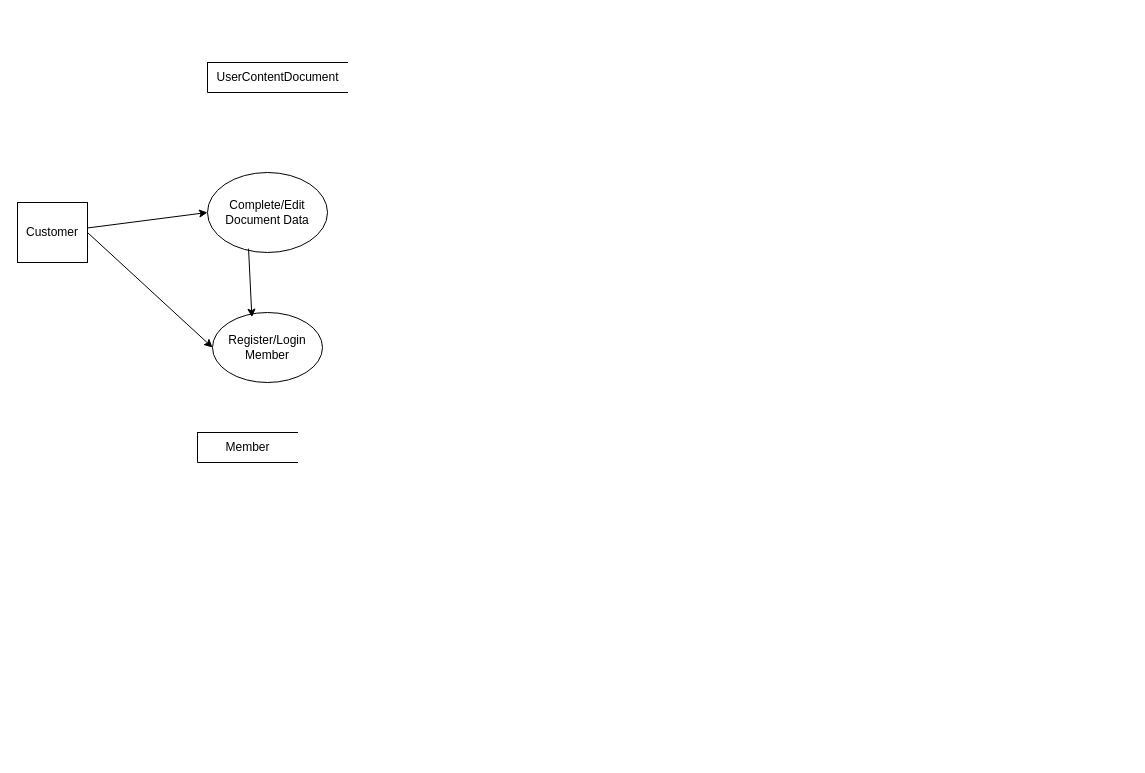
The draw.io diagram Untitled Diagram.drawio in pwintphyu/Drawings, before the edit. Source tidied: cells renumbered, new cells numbered last; positions are measured from the earlier drawing's top-left corner, leaving out a move shared by most shapes. Both pictures are drawn from the tidied source at 100%, with x=0, y=0 at pixel (17, 62).
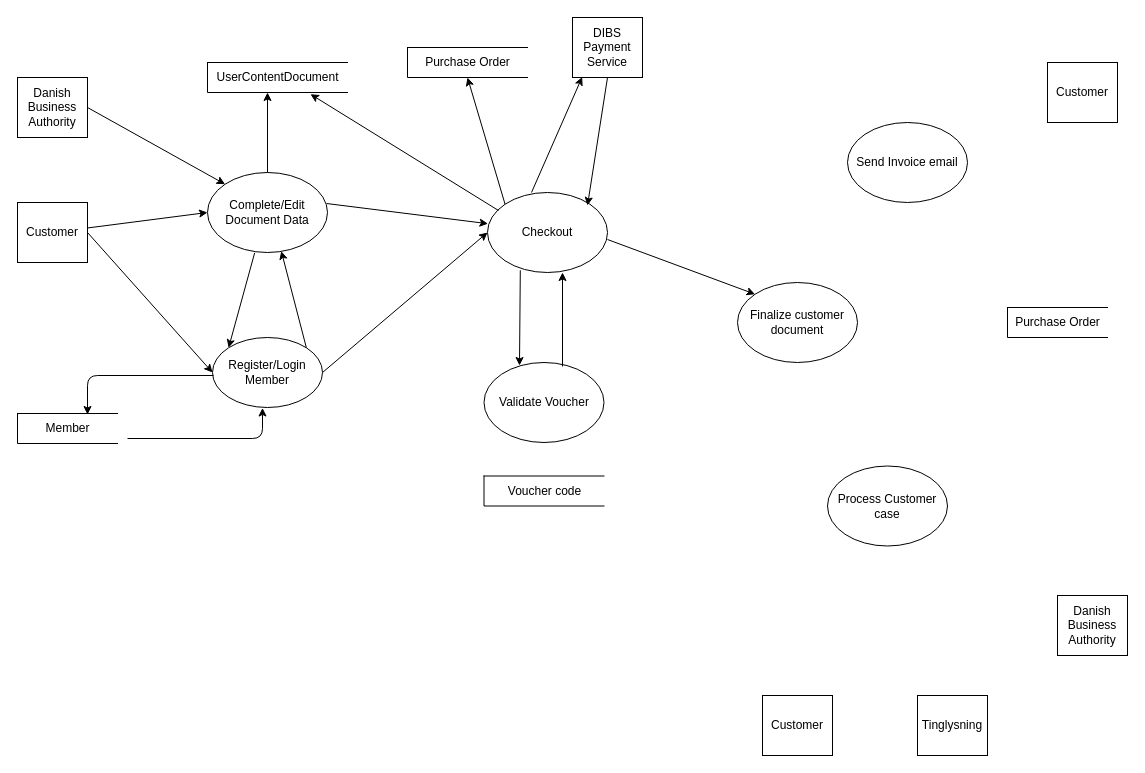
The same diagram, later.

The change refers to these unchanged cells:
```xml
<mxCell id="2" value="Complete/Edit Document Data&lt;br&gt;" style="ellipse;whiteSpace=wrap;html=1;" parent="1" vertex="1">
  <mxGeometry x="190" y="110" width="120" height="80" as="geometry" />
</mxCell>
```

Diff of the diagram source:
```diff
@@
     <mxCell id="4" value="Register/Login Member&lt;br&gt;" style="ellipse;whiteSpace=wrap;html=1;" parent="1" vertex="1">
-      <mxGeometry x="195" y="250" width="110" height="70" as="geometry" />
+      <mxGeometry x="195" y="275" width="110" height="70" as="geometry" />
     </mxCell>
     <mxCell id="5" value="Member" style="html=1;dashed=0;whitespace=wrap;shape=partialRectangle;right=0;fillColor=none;" parent="1" vertex="1">
-      <mxGeometry x="180" y="370" width="100" height="30" as="geometry" />
+      <mxGeometry y="351" width="100" height="30" as="geometry" />
     </mxCell>
@@
-    <mxCell id="9" style="endArrow=classic;html=1;entryX=0.358;entryY=0.067;entryDx=0;entryDy=0;entryPerimeter=0;exitX=0.342;exitY=0.952;exitDx=0;exitDy=0;exitPerimeter=0;" parent="1" edge="1" source="2" target="4">
+    <mxCell id="9" style="endArrow=classic;html=1;entryX=0;entryY=0;entryDx=0;entryDy=0;exitX=0.393;exitY=1.004;exitDx=0;exitDy=0;exitPerimeter=0;" parent="1" edge="1" source="2" target="4">
       <mxGeometry relative="1" as="geometry" />
     </mxCell>
+    <mxCell id="10" value="Checkout&lt;br&gt;" style="ellipse;whiteSpace=wrap;html=1;" parent="1" vertex="1">
+      <mxGeometry x="470" y="130" width="120" height="80" as="geometry" />
+    </mxCell>
+    <mxCell id="11" value="Finalize customer document&lt;br&gt;" style="ellipse;whiteSpace=wrap;html=1;" parent="1" vertex="1">
+      <mxGeometry x="720" y="220" width="120" height="80" as="geometry" />
+    </mxCell>
+    <mxCell id="12" value="Validate Voucher&lt;br&gt;" style="ellipse;whiteSpace=wrap;html=1;" parent="1" vertex="1">
+      <mxGeometry x="466.5" y="300" width="120" height="80" as="geometry" />
+    </mxCell>
+    <mxCell id="13" value="Process Customer case&lt;br&gt;" style="ellipse;whiteSpace=wrap;html=1;" parent="1" vertex="1">
+      <mxGeometry x="810" y="403.5" width="120" height="80" as="geometry" />
+    </mxCell>
+    <mxCell id="14" value="Purchase Order" style="html=1;dashed=0;whitespace=wrap;shape=partialRectangle;right=0;fillColor=none;" parent="1" vertex="1">
+      <mxGeometry x="990" y="245" width="100" height="30" as="geometry" />
+    </mxCell>
+    <mxCell id="15" value="Send Invoice email" style="ellipse;whiteSpace=wrap;html=1;" parent="1" vertex="1">
+      <mxGeometry x="830" y="60" width="120" height="80" as="geometry" />
+    </mxCell>
+    <mxCell id="16" value="Customer" style="rounded=0;whiteSpace=wrap;html=1;" parent="1" vertex="1">
+      <mxGeometry x="1030" width="70" height="60" as="geometry" />
+    </mxCell>
+    <mxCell id="17" value="Danish Business Authority" style="rounded=0;whiteSpace=wrap;html=1;" parent="1" vertex="1">
+      <mxGeometry y="15" width="70" height="60" as="geometry" />
+    </mxCell>
+    <mxCell id="18" value="Danish Business Authority" style="rounded=0;whiteSpace=wrap;html=1;" parent="1" vertex="1">
+      <mxGeometry x="1040" y="533" width="70" height="60" as="geometry" />
+    </mxCell>
+    <mxCell id="19" value="Customer" style="rounded=0;whiteSpace=wrap;html=1;" parent="1" vertex="1">
+      <mxGeometry x="745" y="633" width="70" height="60" as="geometry" />
+    </mxCell>
+    <mxCell id="20" value="Tinglysning" style="rounded=0;whiteSpace=wrap;html=1;" parent="1" vertex="1">
+      <mxGeometry x="900" y="633" width="70" height="60" as="geometry" />
+    </mxCell>
+    <mxCell id="21" style="endArrow=classic;html=1;exitX=1;exitY=0.5;exitDx=0;exitDy=0;entryX=0;entryY=0;entryDx=0;entryDy=0;" parent="1" edge="1" source="17" target="2">
+      <mxGeometry relative="1" as="geometry" />
+    </mxCell>
+    <mxCell id="22" style="endArrow=classic;html=1;exitX=0.5;exitY=0;exitDx=0;exitDy=0;" parent="1" edge="1" source="2">
+      <mxGeometry relative="1" as="geometry">
+        <mxPoint x="250" y="30" as="targetPoint" />
+      </mxGeometry>
+    </mxCell>
+    <mxCell id="23" style="endArrow=classic;html=1;exitX=1;exitY=0;exitDx=0;exitDy=0;entryX=0.615;entryY=0.983;entryDx=0;entryDy=0;entryPerimeter=0;" parent="1" edge="1" source="4" target="2">
+      <mxGeometry relative="1" as="geometry" />
+    </mxCell>
+    <mxCell id="24" style="endArrow=classic;html=1;exitX=1;exitY=0.5;exitDx=0;exitDy=0;entryX=0;entryY=0.5;entryDx=0;entryDy=0;" parent="1" edge="1" source="4" target="10">
+      <mxGeometry relative="1" as="geometry" />
+    </mxCell>
+    <mxCell id="25" style="endArrow=classic;html=1;entryX=0.004;entryY=0.39;entryDx=0;entryDy=0;entryPerimeter=0;" parent="1" edge="1" target="10">
+      <mxGeometry relative="1" as="geometry">
+        <mxPoint x="309" y="141" as="sourcePoint" />
+      </mxGeometry>
+    </mxCell>
+    <mxCell id="26" value="DIBS Payment Service" style="rounded=0;whiteSpace=wrap;html=1;" parent="1" vertex="1">
+      <mxGeometry x="555" y="-45" width="70" height="60" as="geometry" />
+    </mxCell>
+    <mxCell id="27" style="endArrow=classic;html=1;entryX=0.138;entryY=0.992;entryDx=0;entryDy=0;entryPerimeter=0;" parent="1" edge="1" target="26">
+      <mxGeometry relative="1" as="geometry">
+        <mxPoint x="514" y="130" as="sourcePoint" />
+      </mxGeometry>
+    </mxCell>
+    <mxCell id="28" style="endArrow=classic;html=1;exitX=0.5;exitY=1;exitDx=0;exitDy=0;" parent="1" edge="1" source="26">
+      <mxGeometry relative="1" as="geometry">
+        <mxPoint x="570" y="143" as="targetPoint" />
+      </mxGeometry>
+    </mxCell>
+    <mxCell id="29" value="Purchase Order" style="html=1;dashed=0;whitespace=wrap;shape=partialRectangle;right=0;fillColor=none;" parent="1" vertex="1">
+      <mxGeometry x="390" y="-15" width="120" height="30" as="geometry" />
+    </mxCell>
+    <mxCell id="30" style="endArrow=classic;html=1;entryX=0.5;entryY=1;entryDx=0;entryDy=0;exitX=0;exitY=0;exitDx=0;exitDy=0;" parent="1" edge="1" source="10" target="29">
+      <mxGeometry relative="1" as="geometry" />
+    </mxCell>
+    <mxCell id="31" style="endArrow=classic;html=1;entryX=0.736;entryY=0.956;entryDx=0;entryDy=0;entryPerimeter=0;" parent="1" edge="1">
+      <mxGeometry relative="1" as="geometry">
+        <mxPoint x="481" y="148" as="sourcePoint" />
+        <mxPoint x="293" y="31.7" as="targetPoint" />
+      </mxGeometry>
+    </mxCell>
+    <mxCell id="32" style="endArrow=classic;html=1;entryX=0;entryY=0;entryDx=0;entryDy=0;" parent="1" edge="1" target="11">
+      <mxGeometry relative="1" as="geometry">
+        <mxPoint x="590" y="177" as="sourcePoint" />
+      </mxGeometry>
+    </mxCell>
+    <mxCell id="33" style="endArrow=classic;html=1;" parent="1" edge="1">
+      <mxGeometry relative="1" as="geometry">
+        <mxPoint x="545" y="304" as="sourcePoint" />
+        <mxPoint x="545" y="210" as="targetPoint" />
+      </mxGeometry>
+    </mxCell>
+    <mxCell id="34" style="endArrow=classic;html=1;exitX=0.282;exitY=0.973;exitDx=0;exitDy=0;exitPerimeter=0;" parent="1" edge="1">
+      <mxGeometry relative="1" as="geometry">
+        <mxPoint x="502.8" y="207.8" as="sourcePoint" />
+        <mxPoint x="502" y="303" as="targetPoint" />
+      </mxGeometry>
+    </mxCell>
+    <mxCell id="35" value="Voucher code" style="html=1;dashed=0;whitespace=wrap;shape=partialRectangle;right=0;fillColor=none;" parent="1" vertex="1">
+      <mxGeometry x="466.5" y="413.5" width="120" height="30" as="geometry" />
+    </mxCell>
+    <mxCell id="36" style="edgeStyle=segmentEdgeStyle;endArrow=classic;html=1;entryX=0.7;entryY=-0.033;entryDx=0;entryDy=0;entryPerimeter=0;" parent="1" edge="1">
+      <mxGeometry relative="1" as="geometry">
+        <mxPoint x="196" y="313" as="sourcePoint" />
+        <mxPoint x="70" y="352" as="targetPoint" />
+      </mxGeometry>
+    </mxCell>
+    <mxCell id="37" style="edgeStyle=segmentEdgeStyle;endArrow=classic;html=1;exitX=1.1;exitY=0.733;exitDx=0;exitDy=0;exitPerimeter=0;" parent="1" edge="1">
+      <mxGeometry relative="1" as="geometry">
+        <mxPoint x="110" y="376" as="sourcePoint" />
+        <mxPoint x="245" y="345.5" as="targetPoint" />
+        <Array as="points">
+          <mxPoint x="245" y="376" />
+        </Array>
+      </mxGeometry>
+    </mxCell>
```
